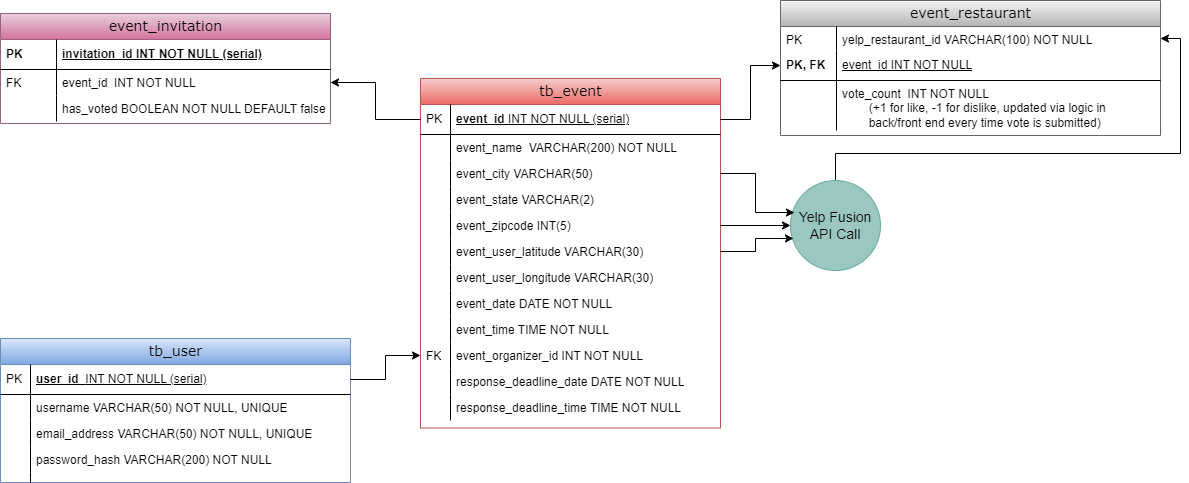
This is java/database/taste buds ERD.drawio.png from ErdbeerenindenBergen/taste-buds, a draw.io export, as it was before one commit. Source tidied: cells renumbered, new cells last; positions are measured from the earlier drawing's top-left corner, leaving out a move shared by most shapes. Source of this version:
```xml
<mxGraphModel>
  <root>
    <mxCell id="0" />
    <mxCell id="1" parent="0" />
    <mxCell id="2" value="tb_event" style="swimlane;html=1;fontStyle=0;horizontal=1;startSize=26;fillColor=#f8cecc;swimlaneFillColor=#ffffff;align=center;rounded=0;shadow=0;comic=0;labelBackgroundColor=none;strokeWidth=1;fontFamily=Verdana;fontSize=14;strokeColor=#b85450;gradientColor=#ea6b66;" parent="1" vertex="1">
      <mxGeometry x="420" y="78" width="300" height="349.5" as="geometry" />
    </mxCell>
    <mxCell id="3" value="event_id&amp;nbsp;&lt;span style=&quot;font-weight: 400;&quot;&gt;INT NOT NULL (serial)&lt;/span&gt;" style="shape=partialRectangle;top=0;left=0;right=0;bottom=1;html=1;align=left;verticalAlign=middle;fillColor=none;spacingLeft=34;spacingRight=4;whiteSpace=wrap;overflow=hidden;points=[[0,0.5],[1,0.5]];portConstraint=eastwest;fontStyle=5;" parent="2" vertex="1">
      <mxGeometry y="26" width="300" height="30" as="geometry" />
    </mxCell>
    <mxCell id="4" value="PK" style="shape=partialRectangle;top=0;left=0;bottom=0;html=1;fillColor=none;align=left;verticalAlign=middle;spacingLeft=4;spacingRight=4;whiteSpace=wrap;overflow=hidden;" parent="3" vertex="1">
      <mxGeometry width="30" height="30" as="geometry" />
    </mxCell>
    <mxCell id="5" value="event_name&amp;nbsp; VARCHAR(200) NOT NULL" style="shape=partialRectangle;top=0;left=0;right=0;bottom=0;html=1;align=left;verticalAlign=top;fillColor=none;spacingLeft=34;spacingRight=4;whiteSpace=wrap;overflow=hidden;" parent="2" vertex="1">
      <mxGeometry y="56" width="300" height="26" as="geometry" />
    </mxCell>
    <mxCell id="6" style="shape=partialRectangle;top=0;left=0;bottom=0;html=1;fillColor=none;align=left;verticalAlign=top;spacingLeft=4;spacingRight=4;whiteSpace=wrap;overflow=hidden;" parent="5" vertex="1">
      <mxGeometry width="30" height="26" as="geometry" />
    </mxCell>
    <mxCell id="7" value="event_city VARCHAR(50)" style="shape=partialRectangle;top=0;left=0;right=0;bottom=0;html=1;align=left;verticalAlign=top;fillColor=none;spacingLeft=34;spacingRight=4;whiteSpace=wrap;overflow=hidden;points=[[0,0.5],[1,0.5]];portConstraint=eastwest;" parent="2" vertex="1">
      <mxGeometry y="82" width="300" height="26" as="geometry" />
    </mxCell>
    <mxCell id="8" style="shape=partialRectangle;top=0;left=0;bottom=0;html=1;fillColor=none;align=left;verticalAlign=top;spacingLeft=4;spacingRight=4;whiteSpace=wrap;overflow=hidden;" parent="7" vertex="1">
      <mxGeometry width="30" height="26" as="geometry" />
    </mxCell>
    <mxCell id="9" value="event_state VARCHAR(2)" style="shape=partialRectangle;top=0;left=0;right=0;bottom=0;html=1;align=left;verticalAlign=top;fillColor=none;spacingLeft=34;spacingRight=4;whiteSpace=wrap;overflow=hidden;" parent="2" vertex="1">
      <mxGeometry y="108" width="300" height="26" as="geometry" />
    </mxCell>
    <mxCell id="10" style="shape=partialRectangle;top=0;left=0;bottom=0;html=1;fillColor=none;align=left;verticalAlign=top;spacingLeft=4;spacingRight=4;whiteSpace=wrap;overflow=hidden;" parent="9" vertex="1">
      <mxGeometry width="30" height="26" as="geometry" />
    </mxCell>
    <mxCell id="11" value="event_zipcode INT(5)" style="shape=partialRectangle;top=0;left=0;right=0;bottom=0;html=1;align=left;verticalAlign=top;fillColor=none;spacingLeft=34;spacingRight=4;whiteSpace=wrap;overflow=hidden;points=[[0,0.5],[1,0.5]];portConstraint=eastwest;" parent="2" vertex="1">
      <mxGeometry y="134" width="300" height="26" as="geometry" />
    </mxCell>
    <mxCell id="12" style="shape=partialRectangle;top=0;left=0;bottom=0;html=1;fillColor=none;align=left;verticalAlign=top;spacingLeft=4;spacingRight=4;whiteSpace=wrap;overflow=hidden;" parent="11" vertex="1">
      <mxGeometry width="30" height="26" as="geometry" />
    </mxCell>
    <mxCell id="13" value="event_user_latitude VARCHAR(30)" style="shape=partialRectangle;top=0;left=0;right=0;bottom=0;html=1;align=left;verticalAlign=top;fillColor=none;spacingLeft=34;spacingRight=4;whiteSpace=wrap;overflow=hidden;points=[[0,0.5],[1,0.5]];portConstraint=eastwest;" parent="2" vertex="1">
      <mxGeometry y="160" width="300" height="26" as="geometry" />
    </mxCell>
    <mxCell id="14" style="shape=partialRectangle;top=0;left=0;bottom=0;html=1;fillColor=none;align=left;verticalAlign=top;spacingLeft=4;spacingRight=4;whiteSpace=wrap;overflow=hidden;" parent="13" vertex="1">
      <mxGeometry width="30" height="26" as="geometry" />
    </mxCell>
    <mxCell id="15" value="event_user_longitude VARCHAR(30)" style="shape=partialRectangle;top=0;left=0;right=0;bottom=0;html=1;align=left;verticalAlign=top;fillColor=none;spacingLeft=34;spacingRight=4;whiteSpace=wrap;overflow=hidden;" parent="2" vertex="1">
      <mxGeometry y="186" width="300" height="26" as="geometry" />
    </mxCell>
    <mxCell id="16" style="shape=partialRectangle;top=0;left=0;bottom=0;html=1;fillColor=none;align=left;verticalAlign=top;spacingLeft=4;spacingRight=4;whiteSpace=wrap;overflow=hidden;" parent="15" vertex="1">
      <mxGeometry width="30" height="26" as="geometry" />
    </mxCell>
    <mxCell id="17" value="event_date DATE NOT NULL" style="shape=partialRectangle;top=0;left=0;right=0;bottom=0;html=1;align=left;verticalAlign=top;fillColor=none;spacingLeft=34;spacingRight=4;whiteSpace=wrap;overflow=hidden;" parent="2" vertex="1">
      <mxGeometry y="212" width="300" height="26" as="geometry" />
    </mxCell>
    <mxCell id="18" style="shape=partialRectangle;top=0;left=0;bottom=0;html=1;fillColor=none;align=left;verticalAlign=top;spacingLeft=4;spacingRight=4;whiteSpace=wrap;overflow=hidden;" parent="17" vertex="1">
      <mxGeometry width="30" height="26" as="geometry" />
    </mxCell>
    <mxCell id="19" value="event_time TIME NOT NULL" style="shape=partialRectangle;top=0;left=0;right=0;bottom=0;html=1;align=left;verticalAlign=top;fillColor=none;spacingLeft=34;spacingRight=4;whiteSpace=wrap;overflow=hidden;" parent="2" vertex="1">
      <mxGeometry y="238" width="300" height="26" as="geometry" />
    </mxCell>
    <mxCell id="20" style="shape=partialRectangle;top=0;left=0;bottom=0;html=1;fillColor=none;align=left;verticalAlign=top;spacingLeft=4;spacingRight=4;whiteSpace=wrap;overflow=hidden;" parent="19" vertex="1">
      <mxGeometry width="30" height="26" as="geometry" />
    </mxCell>
    <mxCell id="21" value="event_organizer_id INT NOT NULL" style="shape=partialRectangle;top=0;left=0;right=0;bottom=0;html=1;align=left;verticalAlign=top;fillColor=none;spacingLeft=34;spacingRight=4;whiteSpace=wrap;overflow=hidden;points=[[0,0.5],[1,0.5]];portConstraint=eastwest;" parent="2" vertex="1">
      <mxGeometry y="264" width="300" height="26" as="geometry" />
    </mxCell>
    <mxCell id="22" value="FK" style="shape=partialRectangle;top=0;left=0;bottom=0;html=1;fillColor=none;align=left;verticalAlign=top;spacingLeft=4;spacingRight=4;whiteSpace=wrap;overflow=hidden;" parent="21" vertex="1">
      <mxGeometry width="30" height="26" as="geometry" />
    </mxCell>
    <mxCell id="23" value="response_deadline_date DATE NOT NULL" style="shape=partialRectangle;top=0;left=0;right=0;bottom=0;html=1;align=left;verticalAlign=top;fillColor=none;spacingLeft=34;spacingRight=4;whiteSpace=wrap;overflow=hidden;" parent="2" vertex="1">
      <mxGeometry y="290" width="300" height="26" as="geometry" />
    </mxCell>
    <mxCell id="24" style="shape=partialRectangle;top=0;left=0;bottom=0;html=1;fillColor=none;align=left;verticalAlign=top;spacingLeft=4;spacingRight=4;whiteSpace=wrap;overflow=hidden;" parent="23" vertex="1">
      <mxGeometry width="30" height="26" as="geometry" />
    </mxCell>
    <mxCell id="25" value="response_deadline_time TIME NOT NULL" style="shape=partialRectangle;top=0;left=0;right=0;bottom=0;html=1;align=left;verticalAlign=top;fillColor=none;spacingLeft=34;spacingRight=4;whiteSpace=wrap;overflow=hidden;" parent="2" vertex="1">
      <mxGeometry y="316" width="300" height="26" as="geometry" />
    </mxCell>
    <mxCell id="26" style="shape=partialRectangle;top=0;left=0;bottom=0;html=1;fillColor=none;align=left;verticalAlign=top;spacingLeft=4;spacingRight=4;whiteSpace=wrap;overflow=hidden;" parent="25" vertex="1">
      <mxGeometry width="30" height="26" as="geometry" />
    </mxCell>
    <mxCell id="27" value="event_invitation" style="swimlane;html=1;fontStyle=0;horizontal=1;startSize=26;fillColor=#e6d0de;swimlaneFillColor=#ffffff;align=center;rounded=0;shadow=0;comic=0;labelBackgroundColor=none;strokeWidth=1;fontFamily=Verdana;fontSize=14;strokeColor=#996185;gradientColor=#d5739d;" parent="1" vertex="1">
      <mxGeometry y="13" width="330" height="110" as="geometry" />
    </mxCell>
    <mxCell id="28" value="invitation_id INT NOT NULL (serial)" style="shape=partialRectangle;top=0;left=0;right=0;bottom=1;html=1;align=left;verticalAlign=middle;fillColor=none;spacingLeft=60;spacingRight=4;whiteSpace=wrap;overflow=hidden;fontStyle=5;" parent="27" vertex="1">
      <mxGeometry y="26" width="330" height="30" as="geometry" />
    </mxCell>
    <mxCell id="29" value="PK" style="shape=partialRectangle;fontStyle=1;top=0;left=0;bottom=0;html=1;fillColor=none;align=left;verticalAlign=middle;spacingLeft=4;spacingRight=4;whiteSpace=wrap;overflow=hidden;" parent="28" vertex="1">
      <mxGeometry width="56" height="30" as="geometry" />
    </mxCell>
    <mxCell id="30" value="event_id&amp;nbsp; INT NOT NULL" style="shape=partialRectangle;top=0;left=0;right=0;bottom=0;html=1;align=left;verticalAlign=top;fillColor=none;spacingLeft=60;spacingRight=4;whiteSpace=wrap;overflow=hidden;points=[[0,0.5],[1,0.5]];portConstraint=eastwest;" parent="27" vertex="1">
      <mxGeometry y="56" width="330" height="26" as="geometry" />
    </mxCell>
    <mxCell id="31" value="FK" style="shape=partialRectangle;top=0;left=0;bottom=0;html=1;fillColor=none;align=left;verticalAlign=top;spacingLeft=4;spacingRight=4;whiteSpace=wrap;overflow=hidden;" parent="30" vertex="1">
      <mxGeometry width="56" height="26" as="geometry" />
    </mxCell>
    <mxCell id="32" value="has_voted BOOLEAN NOT NULL DEFAULT false" style="shape=partialRectangle;top=0;left=0;right=0;bottom=0;html=1;align=left;verticalAlign=top;fillColor=none;spacingLeft=60;spacingRight=4;whiteSpace=wrap;overflow=hidden;" parent="27" vertex="1">
      <mxGeometry y="82" width="330" height="26" as="geometry" />
    </mxCell>
    <mxCell id="33" style="shape=partialRectangle;top=0;left=0;bottom=0;html=1;fillColor=none;align=left;verticalAlign=top;spacingLeft=4;spacingRight=4;whiteSpace=wrap;overflow=hidden;" parent="32" vertex="1">
      <mxGeometry width="56" height="26" as="geometry" />
    </mxCell>
    <mxCell id="34" value="tb_user" style="swimlane;html=1;fontStyle=0;horizontal=1;startSize=26;fillColor=#dae8fc;swimlaneFillColor=#ffffff;align=center;rounded=0;shadow=0;comic=0;labelBackgroundColor=none;strokeWidth=1;fontFamily=Verdana;fontSize=14;strokeColor=#6c8ebf;gradientColor=#7ea6e0;" parent="1" vertex="1">
      <mxGeometry y="338" width="350" height="144" as="geometry" />
    </mxCell>
    <mxCell id="35" value="user_id&amp;nbsp;&amp;nbsp;&lt;span style=&quot;font-weight: 400;&quot;&gt;INT NOT NULL (serial)&lt;/span&gt;" style="shape=partialRectangle;top=0;left=0;right=0;bottom=1;html=1;align=left;verticalAlign=middle;fillColor=none;spacingLeft=34;spacingRight=4;whiteSpace=wrap;overflow=hidden;points=[[0,0.5],[1,0.5]];portConstraint=eastwest;fontStyle=5;" parent="34" vertex="1">
      <mxGeometry y="26" width="350" height="30" as="geometry" />
    </mxCell>
    <mxCell id="36" value="PK" style="shape=partialRectangle;top=0;left=0;bottom=0;html=1;fillColor=none;align=left;verticalAlign=middle;spacingLeft=4;spacingRight=4;whiteSpace=wrap;overflow=hidden;" parent="35" vertex="1">
      <mxGeometry width="30" height="30" as="geometry" />
    </mxCell>
    <mxCell id="37" value="username VARCHAR(50) NOT NULL, UNIQUE" style="shape=partialRectangle;top=0;left=0;right=0;bottom=0;html=1;align=left;verticalAlign=top;fillColor=none;spacingLeft=34;spacingRight=4;whiteSpace=wrap;overflow=hidden;" parent="34" vertex="1">
      <mxGeometry y="56" width="350" height="26" as="geometry" />
    </mxCell>
    <mxCell id="38" style="shape=partialRectangle;top=0;left=0;bottom=0;html=1;fillColor=none;align=left;verticalAlign=top;spacingLeft=4;spacingRight=4;whiteSpace=wrap;overflow=hidden;" parent="37" vertex="1">
      <mxGeometry width="30" height="26" as="geometry" />
    </mxCell>
    <mxCell id="39" value="email_address VARCHAR(50) NOT NULL, UNIQUE" style="shape=partialRectangle;top=0;left=0;right=0;bottom=0;html=1;align=left;verticalAlign=top;fillColor=none;spacingLeft=34;spacingRight=4;whiteSpace=wrap;overflow=hidden;" parent="34" vertex="1">
      <mxGeometry y="82" width="350" height="26" as="geometry" />
    </mxCell>
    <mxCell id="40" style="shape=partialRectangle;top=0;left=0;bottom=0;html=1;fillColor=none;align=left;verticalAlign=top;spacingLeft=4;spacingRight=4;whiteSpace=wrap;overflow=hidden;" parent="39" vertex="1">
      <mxGeometry width="30" height="26" as="geometry" />
    </mxCell>
    <mxCell id="41" value="password_hash VARCHAR(200) NOT NULL" style="shape=partialRectangle;top=0;left=0;right=0;bottom=0;html=1;align=left;verticalAlign=top;fillColor=none;spacingLeft=34;spacingRight=4;whiteSpace=wrap;overflow=hidden;" parent="34" vertex="1">
      <mxGeometry y="108" width="350" height="26" as="geometry" />
    </mxCell>
    <mxCell id="42" style="shape=partialRectangle;top=0;left=0;bottom=0;html=1;fillColor=none;align=left;verticalAlign=top;spacingLeft=4;spacingRight=4;whiteSpace=wrap;overflow=hidden;" parent="41" vertex="1">
      <mxGeometry width="30" height="26" as="geometry" />
    </mxCell>
    <mxCell id="43" style="shape=partialRectangle;top=0;left=0;right=0;bottom=0;html=1;align=left;verticalAlign=top;fillColor=none;spacingLeft=34;spacingRight=4;whiteSpace=wrap;overflow=hidden;" parent="34" vertex="1">
      <mxGeometry y="134" width="350" height="10" as="geometry" />
    </mxCell>
    <mxCell id="44" style="shape=partialRectangle;top=0;left=0;bottom=0;html=1;fillColor=none;align=left;verticalAlign=top;spacingLeft=4;spacingRight=4;whiteSpace=wrap;overflow=hidden;" parent="43" vertex="1">
      <mxGeometry width="30" height="10" as="geometry" />
    </mxCell>
    <mxCell id="45" style="edgeStyle=orthogonalEdgeStyle;rounded=0;jettySize=auto;html=1;exitX=0;exitY=0.5;exitDx=0;exitDy=0;entryX=1;entryY=0.5;entryDx=0;entryDy=0;" parent="1" edge="1" source="3" target="30">
      <mxGeometry relative="1" as="geometry" />
    </mxCell>
    <mxCell id="46" style="edgeStyle=orthogonalEdgeStyle;rounded=0;jettySize=auto;html=1;entryX=1;entryY=0.5;entryDx=0;entryDy=0;" parent="1" edge="1" source="47" target="49">
      <mxGeometry relative="1" as="geometry">
        <Array as="points">
          <mxPoint x="835" y="153" />
          <mxPoint x="1180" y="153" />
          <mxPoint x="1180" y="38" />
        </Array>
      </mxGeometry>
    </mxCell>
    <mxCell id="47" value="Yelp Fusion API Call" style="ellipse;whiteSpace=wrap;html=1;fontSize=14;fillColor=#9AC7BF;strokeColor=#67AB9F;" parent="1" vertex="1">
      <mxGeometry x="790" y="180" width="90" height="90" as="geometry" />
    </mxCell>
    <mxCell id="48" value="event_restaurant" style="swimlane;html=1;fontStyle=0;horizontal=1;startSize=26;fillColor=#f5f5f5;swimlaneFillColor=#ffffff;align=center;rounded=0;shadow=0;comic=0;labelBackgroundColor=none;strokeWidth=1;fontFamily=Verdana;fontSize=14;strokeColor=#666666;gradientColor=#b3b3b3;" parent="1" vertex="1">
      <mxGeometry x="780" width="380" height="135" as="geometry" />
    </mxCell>
    <mxCell id="49" value="yelp_restaurant_id VARCHAR(100) NOT NULL" style="shape=partialRectangle;top=0;left=0;right=0;bottom=0;html=1;align=left;verticalAlign=top;fillColor=none;spacingLeft=60;spacingRight=4;whiteSpace=wrap;overflow=hidden;points=[[0,0.5],[1,0.5]];portConstraint=eastwest;" parent="48" vertex="1">
      <mxGeometry y="26" width="380" height="24" as="geometry" />
    </mxCell>
    <mxCell id="50" value="PK" style="shape=partialRectangle;top=0;left=0;bottom=0;html=1;fillColor=none;align=left;verticalAlign=top;spacingLeft=4;spacingRight=4;whiteSpace=wrap;overflow=hidden;" parent="49" vertex="1">
      <mxGeometry width="56" height="24" as="geometry" />
    </mxCell>
    <mxCell id="51" value="&lt;span style=&quot;font-weight: 400;&quot;&gt;event_id INT NOT NULL&lt;/span&gt;" style="shape=partialRectangle;top=0;left=0;right=0;bottom=1;html=1;align=left;verticalAlign=middle;fillColor=none;spacingLeft=60;spacingRight=4;whiteSpace=wrap;overflow=hidden;points=[[0,0.5],[1,0.5]];portConstraint=eastwest;fontStyle=5;" parent="48" vertex="1">
      <mxGeometry y="50" width="380" height="30" as="geometry" />
    </mxCell>
    <mxCell id="52" value="PK, FK" style="shape=partialRectangle;fontStyle=1;top=0;left=0;bottom=0;html=1;fillColor=none;align=left;verticalAlign=middle;spacingLeft=4;spacingRight=4;whiteSpace=wrap;overflow=hidden;" parent="51" vertex="1">
      <mxGeometry width="56" height="30" as="geometry" />
    </mxCell>
    <mxCell id="53" value="vote_count&amp;nbsp; INT NOT NULL&lt;br&gt;&lt;span style=&quot;&quot;&gt;&#9;&lt;/span&gt;&lt;span style=&quot;white-space: pre;&quot;&gt;&#9;&lt;/span&gt;(+1 for like, -1 for dislike, updated via logic in &lt;span style=&quot;white-space: pre;&quot;&gt;&#9;&lt;/span&gt;back/front end every time vote is submitted)" style="shape=partialRectangle;top=0;left=0;right=0;bottom=0;html=1;align=left;verticalAlign=top;fillColor=none;spacingLeft=60;spacingRight=4;whiteSpace=wrap;overflow=hidden;" parent="48" vertex="1">
      <mxGeometry y="80" width="380" height="50" as="geometry" />
    </mxCell>
    <mxCell id="54" style="shape=partialRectangle;top=0;left=0;bottom=0;html=1;fillColor=none;align=left;verticalAlign=top;spacingLeft=4;spacingRight=4;whiteSpace=wrap;overflow=hidden;" parent="53" vertex="1">
      <mxGeometry width="56" height="50" as="geometry" />
    </mxCell>
    <mxCell id="55" style="edgeStyle=orthogonalEdgeStyle;rounded=0;jettySize=auto;html=1;entryX=0;entryY=0.5;entryDx=0;entryDy=0;" parent="1" edge="1" source="35" target="21">
      <mxGeometry relative="1" as="geometry" />
    </mxCell>
    <mxCell id="56" style="edgeStyle=orthogonalEdgeStyle;rounded=0;jettySize=auto;html=1;entryX=0;entryY=0.5;entryDx=0;entryDy=0;" parent="1" edge="1" source="3" target="51">
      <mxGeometry relative="1" as="geometry" />
    </mxCell>
    <mxCell id="57" style="edgeStyle=orthogonalEdgeStyle;rounded=0;jettySize=auto;html=1;entryX=0.044;entryY=0.356;entryDx=0;entryDy=0;entryPerimeter=0;" parent="1" edge="1" source="7" target="47">
      <mxGeometry relative="1" as="geometry" />
    </mxCell>
    <mxCell id="58" style="edgeStyle=orthogonalEdgeStyle;rounded=0;jettySize=auto;html=1;entryX=0;entryY=0.5;entryDx=0;entryDy=0;" parent="1" edge="1" source="11" target="47">
      <mxGeometry relative="1" as="geometry" />
    </mxCell>
    <mxCell id="59" style="edgeStyle=orthogonalEdgeStyle;rounded=0;jettySize=auto;html=1;entryX=0.033;entryY=0.644;entryDx=0;entryDy=0;entryPerimeter=0;" parent="1" edge="1" source="13" target="47">
      <mxGeometry relative="1" as="geometry" />
    </mxCell>
  </root>
</mxGraphModel>
```
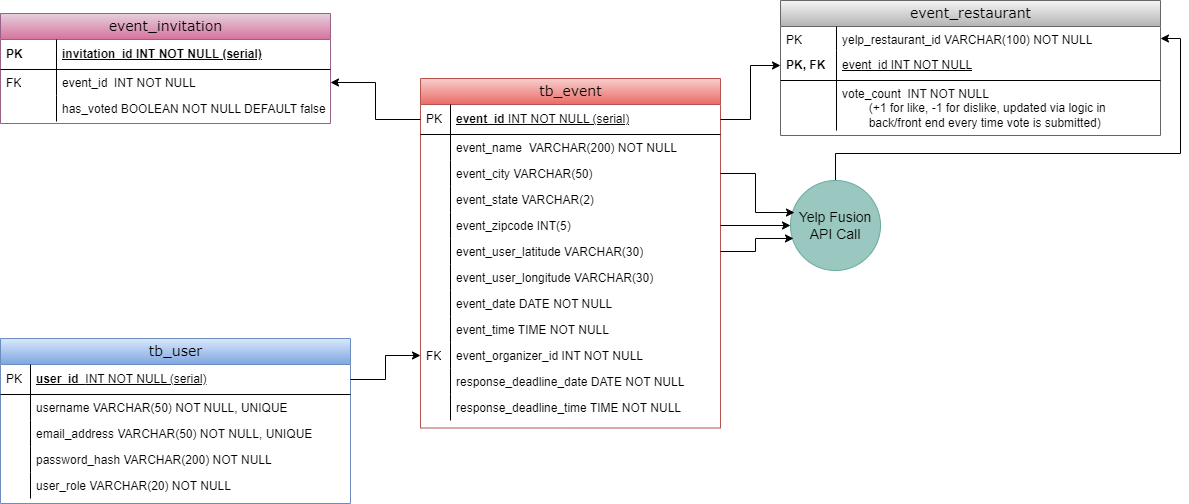
After the commit.

Commit message:
adding user_role to ERD and create SQL script

What changed in the source:
```diff
@@ -99,7 +99,7 @@
       <mxGeometry width="56" height="26" as="geometry" />
     </mxCell>
     <mxCell id="34" value="tb_user" style="swimlane;html=1;fontStyle=0;horizontal=1;startSize=26;fillColor=#dae8fc;swimlaneFillColor=#ffffff;align=center;rounded=0;shadow=0;comic=0;labelBackgroundColor=none;strokeWidth=1;fontFamily=Verdana;fontSize=14;strokeColor=#6c8ebf;gradientColor=#7ea6e0;" parent="1" vertex="1">
-      <mxGeometry y="338" width="350" height="144" as="geometry" />
+      <mxGeometry y="338" width="350" height="165" as="geometry" />
     </mxCell>
     <mxCell id="35" value="user_id&amp;nbsp;&amp;nbsp;&lt;span style=&quot;font-weight: 400;&quot;&gt;INT NOT NULL (serial)&lt;/span&gt;" style="shape=partialRectangle;top=0;left=0;right=0;bottom=1;html=1;align=left;verticalAlign=middle;fillColor=none;spacingLeft=34;spacingRight=4;whiteSpace=wrap;overflow=hidden;points=[[0,0.5],[1,0.5]];portConstraint=eastwest;fontStyle=5;" parent="34" vertex="1">
       <mxGeometry y="26" width="350" height="30" as="geometry" />
@@ -125,12 +125,12 @@
     <mxCell id="42" style="shape=partialRectangle;top=0;left=0;bottom=0;html=1;fillColor=none;align=left;verticalAlign=top;spacingLeft=4;spacingRight=4;whiteSpace=wrap;overflow=hidden;" parent="41" vertex="1">
       <mxGeometry width="30" height="26" as="geometry" />
     </mxCell>
-    <mxCell id="43" style="shape=partialRectangle;top=0;left=0;right=0;bottom=0;html=1;align=left;verticalAlign=top;fillColor=none;spacingLeft=34;spacingRight=4;whiteSpace=wrap;overflow=hidden;" parent="34" vertex="1">
-      <mxGeometry y="134" width="350" height="10" as="geometry" />
-    </mxCell>
-    <mxCell id="44" style="shape=partialRectangle;top=0;left=0;bottom=0;html=1;fillColor=none;align=left;verticalAlign=top;spacingLeft=4;spacingRight=4;whiteSpace=wrap;overflow=hidden;" parent="43" vertex="1">
-      <mxGeometry width="30" height="10" as="geometry" />
-    </mxCell>
+    <mxCell id="60" value="user_role VARCHAR(20) NOT NULL" style="shape=partialRectangle;top=0;left=0;right=0;bottom=0;html=1;align=left;verticalAlign=top;fillColor=none;spacingLeft=34;spacingRight=4;whiteSpace=wrap;overflow=hidden;" parent="34" vertex="1">
+      <mxGeometry y="134" width="350" height="26" as="geometry" />
+    </mxCell>
+    <mxCell id="61" style="shape=partialRectangle;top=0;left=0;bottom=0;html=1;fillColor=none;align=left;verticalAlign=top;spacingLeft=4;spacingRight=4;whiteSpace=wrap;overflow=hidden;" parent="60" vertex="1">
+      <mxGeometry width="30" height="26" as="geometry" />
+    </mxCell>
     <mxCell id="45" style="edgeStyle=orthogonalEdgeStyle;rounded=0;jettySize=auto;html=1;exitX=0;exitY=0.5;exitDx=0;exitDy=0;entryX=1;entryY=0.5;entryDx=0;entryDy=0;" parent="1" edge="1" source="3" target="30">
       <mxGeometry relative="1" as="geometry" />
     </mxCell>
```
